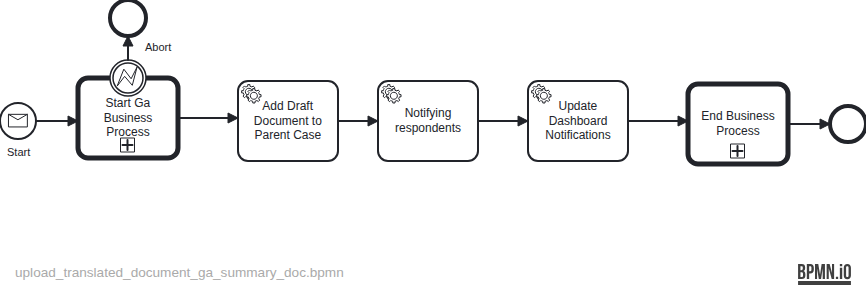
Before: docs/bpmn-diagrams/upload_translated_document_ga_summary_doc.png, a diagram exported from BPMN (hmcts/civil-service). Its source is kept beside it as src/main/resources/camunda/upload_translated_document_ga_summary_doc.bpmn. Ids are renumbered. Its diagram source:
```xml
<bpmn:definitions xmlns:bpmn="http://www.omg.org/spec/BPMN/20100524/MODEL" xmlns:bpmndi="http://www.omg.org/spec/BPMN/20100524/DI" xmlns:dc="http://www.omg.org/spec/DD/20100524/DC" xmlns:camunda="http://camunda.org/schema/1.0/bpmn" xmlns:di="http://www.omg.org/spec/DD/20100524/DI" xmlns:xsi="http://www.w3.org/2001/XMLSchema-instance" id="Definitions_n1" targetNamespace="http://bpmn.io/schema/bpmn" exporter="Camunda Modeler" exporterVersion="5.41.0">
  <bpmn:process id="UPLOAD_TRANSLATED_DOCUMENT_GA_SUMMARY_DOC" name="Upload translated document GA summary Doc" isExecutable="true" camunda:historyTimeToLive="P90D">
    <bpmn:startEvent id="StartEvent_1" name="Start">
      <bpmn:outgoing>Flow_n2</bpmn:outgoing>
      <bpmn:messageEventDefinition id="MessageEventDefinition_n3" messageRef="Message_n4" />
    </bpmn:startEvent>
    <bpmn:endEvent id="Event_n5">
      <bpmn:incoming>Flow_n6</bpmn:incoming>
    </bpmn:endEvent>
    <bpmn:callActivity id="Activity_n7" name="Start Ga Business Process" calledElement="GA_StartGeneralApplicationBusinessProcess">
      <bpmn:extensionElements>
        <camunda:in variables="all" />
        <camunda:out variables="all" />
      </bpmn:extensionElements>
      <bpmn:incoming>Flow_n2</bpmn:incoming>
      <bpmn:outgoing>Flow_n8</bpmn:outgoing>
    </bpmn:callActivity>
    <bpmn:endEvent id="Event_n9">
      <bpmn:incoming>Flow_n10</bpmn:incoming>
    </bpmn:endEvent>
    <bpmn:boundaryEvent id="Event_n11" name="Abort" attachedToRef="Activity_n7">
      <bpmn:outgoing>Flow_n10</bpmn:outgoing>
      <bpmn:errorEventDefinition id="ErrorEventDefinition_n12" />
    </bpmn:boundaryEvent>
    <bpmn:sequenceFlow id="Flow_n10" sourceRef="Event_n11" targetRef="Event_n9" />
    <bpmn:sequenceFlow id="Flow_n2" sourceRef="StartEvent_1" targetRef="Activity_n7" />
    <bpmn:sequenceFlow id="Flow_n8" sourceRef="Activity_n7" targetRef="AddDraftDocToMainCaseID" />
    <bpmn:serviceTask id="AddDraftDocToMainCaseID" name="Add Draft Document to Parent Case" camunda:type="external" camunda:topic="updateFromGACaseEvent">
      <bpmn:extensionElements>
        <camunda:inputOutput>
          <camunda:inputParameter name="caseEvent">ADD_PDF_TO_MAIN_CASE</camunda:inputParameter>
        </camunda:inputOutput>
      </bpmn:extensionElements>
      <bpmn:incoming>Flow_n8</bpmn:incoming>
      <bpmn:outgoing>Flow_n13</bpmn:outgoing>
    </bpmn:serviceTask>
    <bpmn:sequenceFlow id="Flow_n13" sourceRef="AddDraftDocToMainCaseID" targetRef="GeneralApplicationNotifying" />
    <bpmn:serviceTask id="GeneralApplicationNotifying" name="Notifying respondents" camunda:type="external" camunda:topic="processExternalCaseEventGASpec">
      <bpmn:extensionElements>
        <camunda:inputOutput>
          <camunda:inputParameter name="caseEvent">NOTIFY_GENERAL_APPLICATION_RESPONDENT</camunda:inputParameter>
        </camunda:inputOutput>
      </bpmn:extensionElements>
      <bpmn:incoming>Flow_n13</bpmn:incoming>
      <bpmn:outgoing>Flow_n14</bpmn:outgoing>
    </bpmn:serviceTask>
    <bpmn:serviceTask id="GenerateDashboardNotificationsGaApplicationSubmitted" name="Update Dashboard Notifications" camunda:type="external" camunda:topic="gaDashboardNotifications">
      <bpmn:extensionElements>
        <camunda:inputOutput>
          <camunda:inputParameter name="caseEvent">DASHBOARD_NOTIFICATION_EVENT</camunda:inputParameter>
        </camunda:inputOutput>
      </bpmn:extensionElements>
      <bpmn:incoming>Flow_n14</bpmn:incoming>
      <bpmn:outgoing>Flow_n15</bpmn:outgoing>
    </bpmn:serviceTask>
    <bpmn:callActivity id="Activity_n16" name="End Business Process" calledElement="GA_EndBusinessProcess">
      <bpmn:extensionElements>
        <camunda:in variables="all" />
      </bpmn:extensionElements>
      <bpmn:incoming>Flow_n15</bpmn:incoming>
      <bpmn:outgoing>Flow_n6</bpmn:outgoing>
    </bpmn:callActivity>
    <bpmn:sequenceFlow id="Flow_n6" sourceRef="Activity_n16" targetRef="Event_n5" />
    <bpmn:sequenceFlow id="Flow_n14" sourceRef="GeneralApplicationNotifying" targetRef="GenerateDashboardNotificationsGaApplicationSubmitted" />
    <bpmn:sequenceFlow id="Flow_n15" sourceRef="GenerateDashboardNotificationsGaApplicationSubmitted" targetRef="Activity_n16" />
  </bpmn:process>
  <bpmn:message id="Message_n4" name="UPLOAD_TRANSLATED_DOCUMENT_GA_SUMMARY_DOC" />
  <bpmn:error id="Error_n17" name="StartBusinessAbort" errorCode="ABORT" />
  <bpmndi:BPMNDiagram id="BPMNDiagram_1">
    <bpmndi:BPMNPlane id="BPMNPlane_1" bpmnElement="UPLOAD_TRANSLATED_DOCUMENT_GA_SUMMARY_DOC">
      <bpmndi:BPMNShape id="Event_1diii28_di" bpmnElement="StartEvent_1">
        <dc:Bounds x="152" y="195" width="36" height="36" />
        <bpmndi:BPMNLabel>
          <dc:Bounds x="158" y="238" width="25" height="14" />
        </bpmndi:BPMNLabel>
      </bpmndi:BPMNShape>
      <bpmndi:BPMNShape id="Activity_n7_di" bpmnElement="Activity_n7">
        <dc:Bounds x="230" y="170" width="100" height="80" />
      </bpmndi:BPMNShape>
      <bpmndi:BPMNShape id="Event_n9_di" bpmnElement="Event_n9">
        <dc:Bounds x="262" y="92" width="36" height="36" />
      </bpmndi:BPMNShape>
      <bpmndi:BPMNShape id="BPMNShape_n18" bpmnElement="AddDraftDocToMainCaseID">
        <dc:Bounds x="390" y="173" width="100" height="80" />
        <bpmndi:BPMNLabel />
      </bpmndi:BPMNShape>
      <bpmndi:BPMNShape id="BPMNShape_n19" bpmnElement="GeneralApplicationNotifying">
        <dc:Bounds x="530" y="173" width="100" height="80" />
      </bpmndi:BPMNShape>
      <bpmndi:BPMNShape id="BPMNShape_n20" bpmnElement="GenerateDashboardNotificationsGaApplicationSubmitted">
        <dc:Bounds x="680" y="173" width="100" height="80" />
        <bpmndi:BPMNLabel />
      </bpmndi:BPMNShape>
      <bpmndi:BPMNShape id="Activity_n16_di" bpmnElement="Activity_n16">
        <dc:Bounds x="840" y="176" width="100" height="80" />
      </bpmndi:BPMNShape>
      <bpmndi:BPMNShape id="Event_n5_di" bpmnElement="Event_n5">
        <dc:Bounds x="982" y="198" width="36" height="36" />
      </bpmndi:BPMNShape>
      <bpmndi:BPMNShape id="Event_n11_di" bpmnElement="Event_n11">
        <dc:Bounds x="262" y="152" width="36" height="36" />
        <bpmndi:BPMNLabel>
          <dc:Bounds x="297" y="133" width="27" height="14" />
        </bpmndi:BPMNLabel>
      </bpmndi:BPMNShape>
      <bpmndi:BPMNEdge id="Flow_n10_di" bpmnElement="Flow_n10">
        <di:waypoint x="280" y="152" />
        <di:waypoint x="280" y="128" />
      </bpmndi:BPMNEdge>
      <bpmndi:BPMNEdge id="Flow_n2_di" bpmnElement="Flow_n2">
        <di:waypoint x="188" y="213" />
        <di:waypoint x="230" y="213" />
      </bpmndi:BPMNEdge>
      <bpmndi:BPMNEdge id="Flow_n8_di" bpmnElement="Flow_n8">
        <di:waypoint x="330" y="210" />
        <di:waypoint x="390" y="210" />
      </bpmndi:BPMNEdge>
      <bpmndi:BPMNEdge id="Flow_n13_di" bpmnElement="Flow_n13">
        <di:waypoint x="490" y="213" />
        <di:waypoint x="530" y="213" />
      </bpmndi:BPMNEdge>
      <bpmndi:BPMNEdge id="Flow_n14_di" bpmnElement="Flow_n14">
        <di:waypoint x="630" y="213" />
        <di:waypoint x="680" y="213" />
      </bpmndi:BPMNEdge>
      <bpmndi:BPMNEdge id="Flow_n6_di" bpmnElement="Flow_n6">
        <di:waypoint x="940" y="216" />
        <di:waypoint x="982" y="216" />
      </bpmndi:BPMNEdge>
      <bpmndi:BPMNEdge id="Flow_n15_di" bpmnElement="Flow_n15">
        <di:waypoint x="780" y="213" />
        <di:waypoint x="840" y="213" />
      </bpmndi:BPMNEdge>
    </bpmndi:BPMNPlane>
  </bpmndi:BPMNDiagram>
</bpmn:definitions>
```
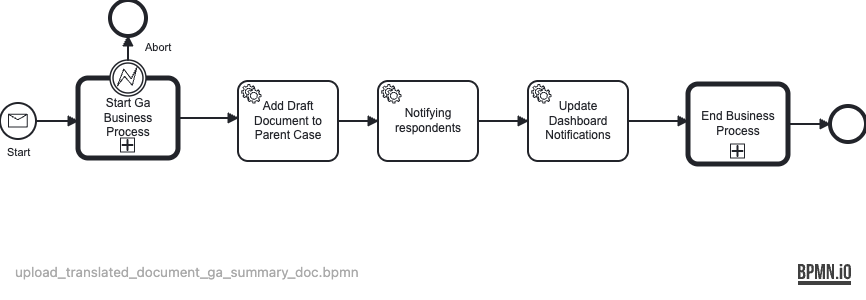
After the commit.

Diff of the diagram source:
```diff
@@ -34,11 +34,11 @@
       <bpmn:incoming>Flow_n8</bpmn:incoming>
       <bpmn:outgoing>Flow_n13</bpmn:outgoing>
     </bpmn:serviceTask>
-    <bpmn:sequenceFlow id="Flow_n13" sourceRef="AddDraftDocToMainCaseID" targetRef="GeneralApplicationNotifying" />
-    <bpmn:serviceTask id="GeneralApplicationNotifying" name="Notifying respondents" camunda:type="external" camunda:topic="processExternalCaseEventGASpec">
+    <bpmn:sequenceFlow id="Flow_n13" sourceRef="AddDraftDocToMainCaseID" targetRef="NotifyGaApplicationCreated" />
+    <bpmn:serviceTask id="NotifyGaApplicationCreated" name="Notifying respondents" camunda:type="external" camunda:topic="processExternalCaseEventGASpec">
       <bpmn:extensionElements>
         <camunda:inputOutput>
-          <camunda:inputParameter name="caseEvent">NOTIFY_GENERAL_APPLICATION_RESPONDENT</camunda:inputParameter>
+          <camunda:inputParameter name="caseEvent">NOTIFY_EVENT</camunda:inputParameter>
         </camunda:inputOutput>
       </bpmn:extensionElements>
       <bpmn:incoming>Flow_n13</bpmn:incoming>
@@ -61,7 +61,7 @@
       <bpmn:outgoing>Flow_n6</bpmn:outgoing>
     </bpmn:callActivity>
     <bpmn:sequenceFlow id="Flow_n6" sourceRef="Activity_n16" targetRef="Event_n5" />
-    <bpmn:sequenceFlow id="Flow_n14" sourceRef="GeneralApplicationNotifying" targetRef="GenerateDashboardNotificationsGaApplicationSubmitted" />
+    <bpmn:sequenceFlow id="Flow_n14" sourceRef="NotifyGaApplicationCreated" targetRef="GenerateDashboardNotificationsGaApplicationSubmitted" />
     <bpmn:sequenceFlow id="Flow_n15" sourceRef="GenerateDashboardNotificationsGaApplicationSubmitted" targetRef="Activity_n16" />
   </bpmn:process>
   <bpmn:message id="Message_n4" name="UPLOAD_TRANSLATED_DOCUMENT_GA_SUMMARY_DOC" />
@@ -84,7 +84,7 @@
         <dc:Bounds x="390" y="173" width="100" height="80" />
         <bpmndi:BPMNLabel />
       </bpmndi:BPMNShape>
-      <bpmndi:BPMNShape id="BPMNShape_n19" bpmnElement="GeneralApplicationNotifying">
+      <bpmndi:BPMNShape id="BPMNShape_n19" bpmnElement="NotifyGaApplicationCreated">
         <dc:Bounds x="530" y="173" width="100" height="80" />
       </bpmndi:BPMNShape>
       <bpmndi:BPMNShape id="BPMNShape_n20" bpmnElement="GenerateDashboardNotificationsGaApplicationSubmitted">
```
